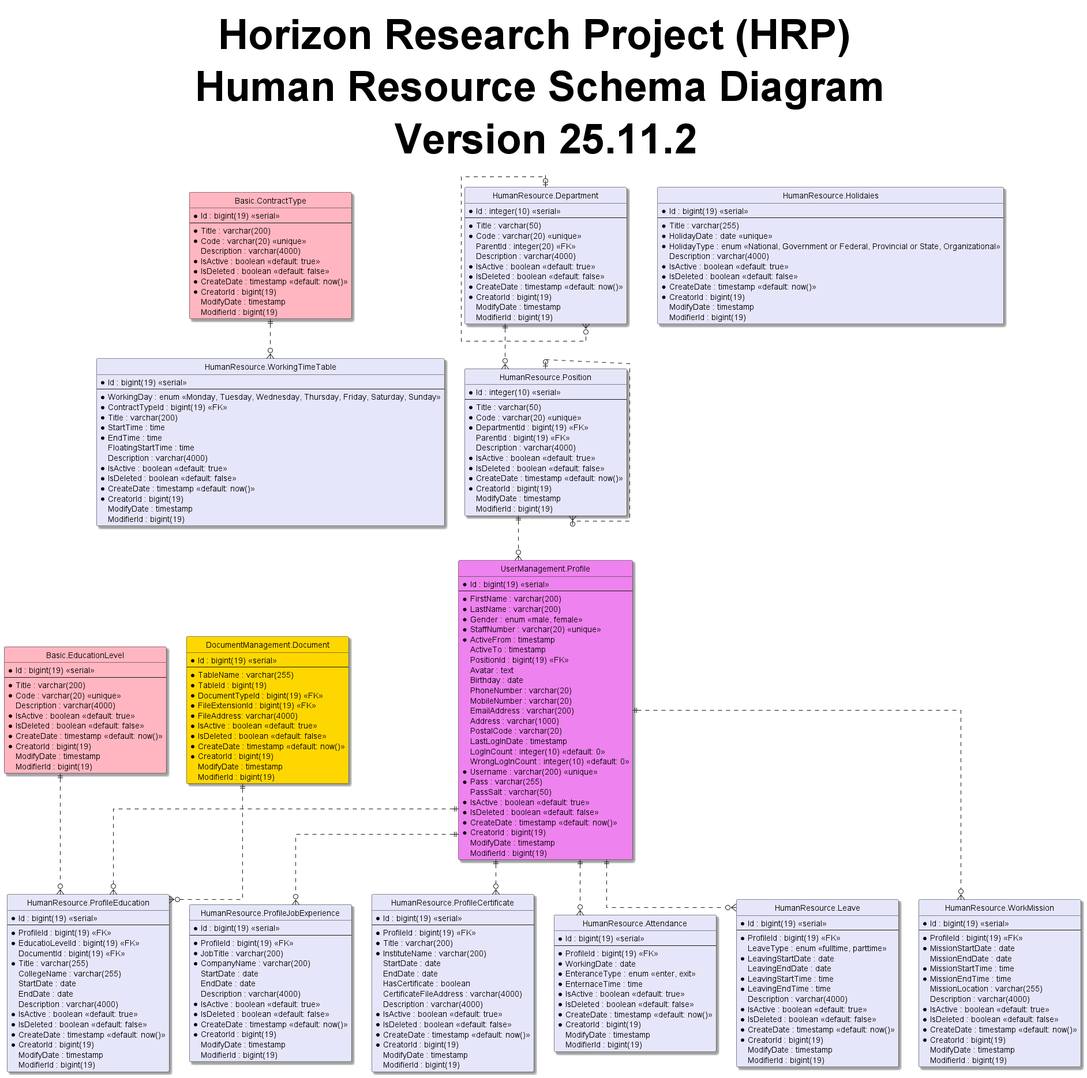
Above: 3-HorizonModeling/3.1-HorizonUml/out/ERD/Schemas/HumanResourceSchemaDiagram/HumanResourceSchemaDiagram.png in shadowfox1984/Horizon (PlantUML), before the change.
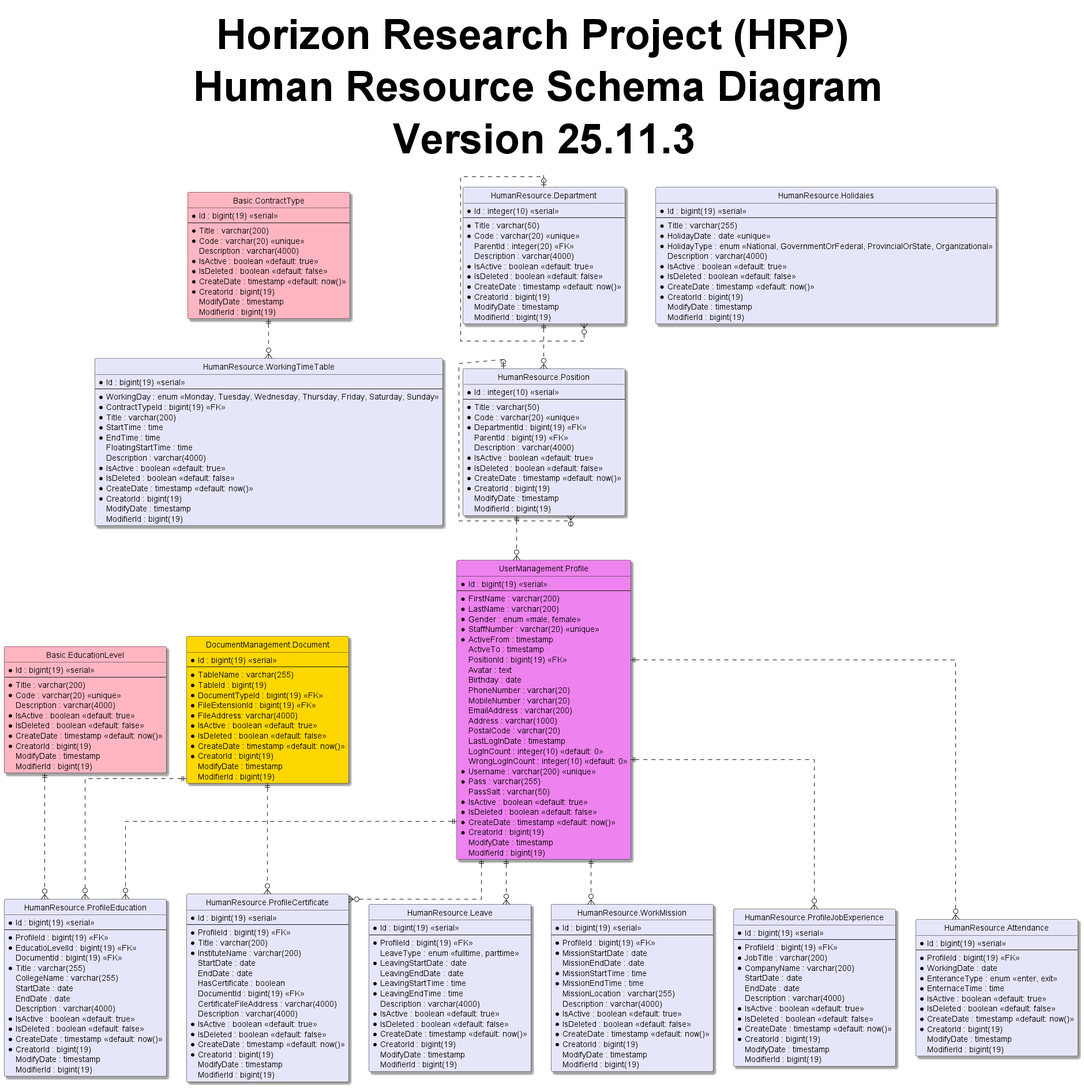
After the change.

Diff of the diagram source:
```diff
@@ -5,7 +5,7 @@
 skinparam Shadowing True
 skinparam TitleFontSize 72pt
 
-title Horizon Research Project (HRP) \n Human Resource Schema Diagram \n Version 25.11.2
+title Horizon Research Project (HRP) \n Human Resource Schema Diagram \n Version 25.11.3
 
 entity "Basic.ContractType" as contractType #LightPink{
   *Id : bigint(19) <<serial>>
@@ -158,6 +158,7 @@
   StartDate : date
   EndDate : date
   HasCertificate : boolean
+  DocumentId : bigint(19) <<FK>>
   CertificateFileAddress : varchar(4000)
   Description : varchar(4000)
   *IsActive : boolean <<default: true>>
@@ -191,7 +192,7 @@
   --
   *Title : varchar(255)
   *HolidayDate : date <<unique>>
-  *HolidayType : enum <<National, Government or Federal, Provincial or State, Organizational>>
+  *HolidayType : enum <<National, GovernmentOrFederal, ProvincialOrState, Organizational>>
   Description : varchar(4000)
   *IsActive : boolean <<default: true>>
   *IsDeleted : boolean <<default: false>>
@@ -264,6 +265,7 @@
 profile ||..o{ leave
 profile ||..o{ workMission
 document ||..o{ profileEducation
+document ||..o{ profileCertificate
 contractType ||..o{ workingTimeTable
 
 @enduml
```
